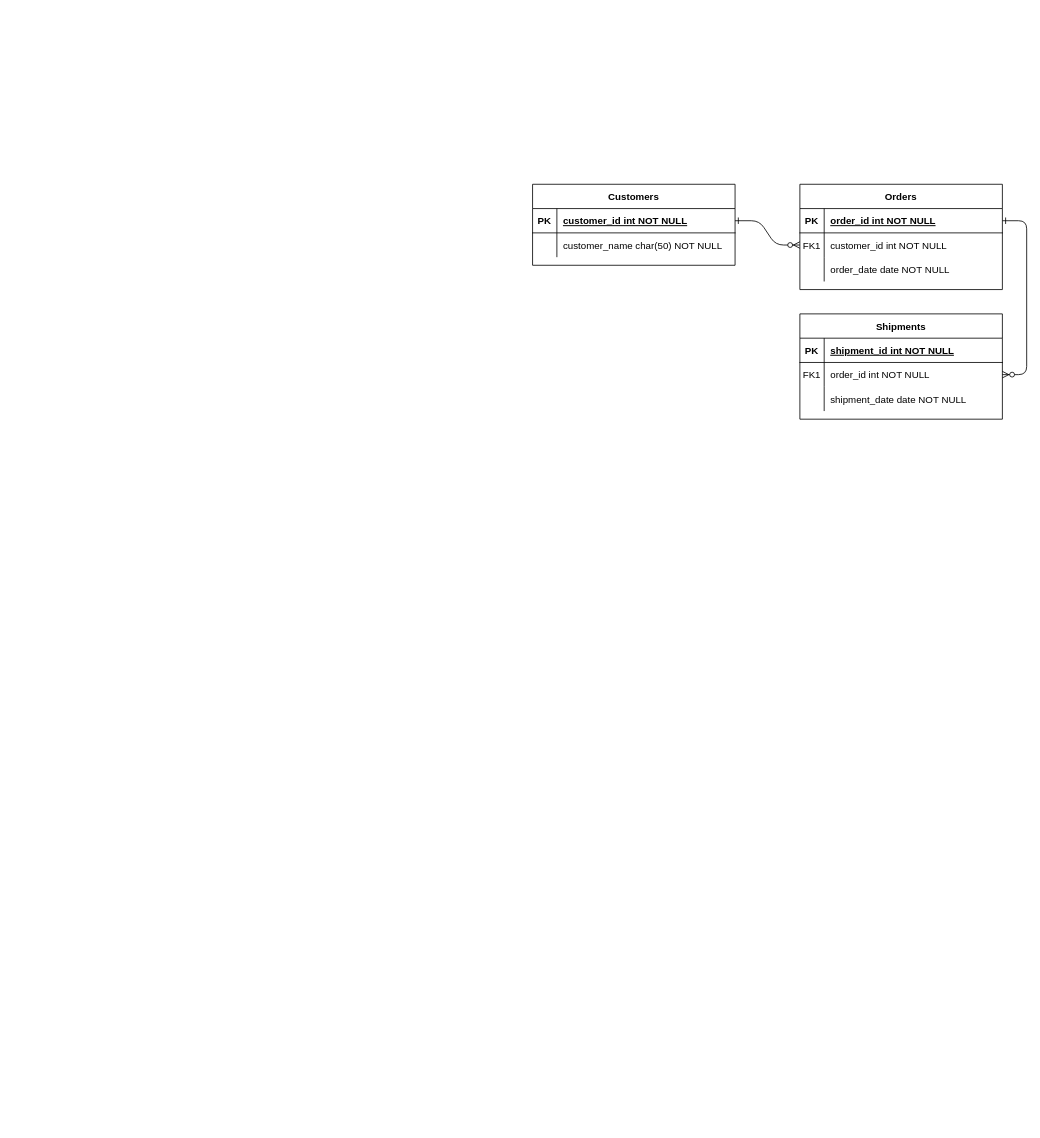
This is Diagrama sin título.drawio from garbrielpele/trabajosprog2, a draw.io file, before an edit. Source tidied: cells renumbered, new cells numbered last; positions are measured from the earlier drawing's top-left corner, leaving out a move shared by most shapes. Both pictures are drawn from the tidied source at 81%, with x=0, y=0 at pixel (532, 184).
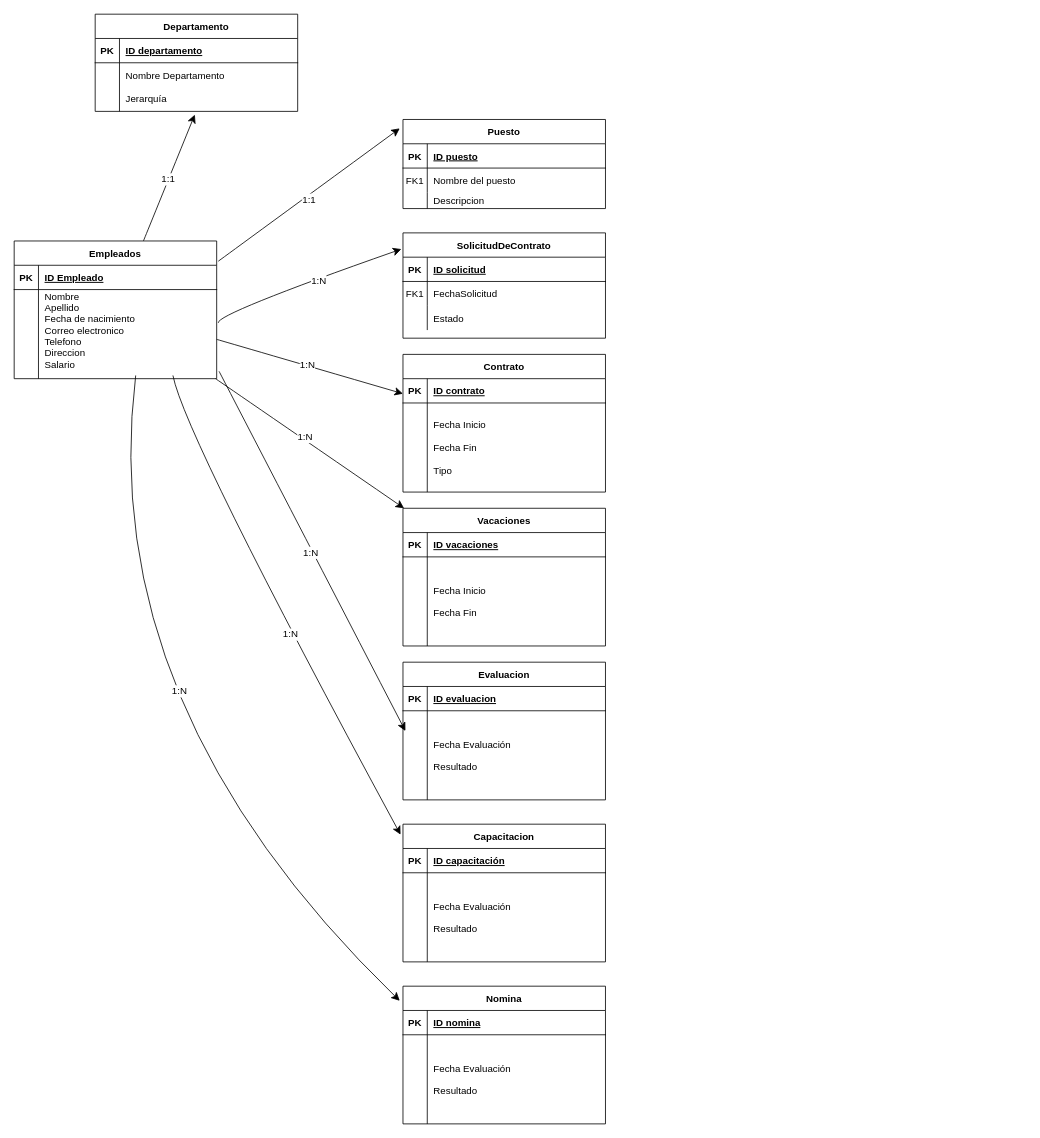
After the change.

The change refers to these unchanged cells:
```xml
<mxCell id="5" style="shape=partialRectangle;fillColor=none;points=[[0,0.5],[1,0.5]];portConstraint=eastwest;top=0;left=0;right=0;bottom=1;" parent="4" vertex="1">
  <mxGeometry y="30" width="250" height="30" as="geometry" />
</mxCell>
<mxCell id="8" style="shape=partialRectangle;fillColor=none;points=[[0,0.5],[1,0.5]];portConstraint=eastwest;top=0;left=0;right=0;bottom=0;" parent="4" vertex="1">
  <mxGeometry y="60" width="250" height="30" as="geometry" />
</mxCell>
<mxCell id="15" style="shape=partialRectangle;fillColor=none;top=0;left=0;right=0;bottom=1;" parent="14" vertex="1">
  <mxGeometry y="30" width="250" height="30" as="geometry" />
</mxCell>
<mxCell id="18" style="shape=partialRectangle;fillColor=none;points=[[0,0.5],[1,0.5]];portConstraint=eastwest;top=0;left=0;right=0;bottom=0;" parent="14" vertex="1">
  <mxGeometry y="60" width="250" height="30" as="geometry" />
</mxCell>
<mxCell id="21" style="shape=partialRectangle;fillColor=none;top=0;left=0;right=0;bottom=0;" parent="14" vertex="1">
  <mxGeometry y="90" width="250" height="30" as="geometry" />
</mxCell>
<mxCell id="25" style="shape=partialRectangle;fillColor=none;points=[[0,0.5],[1,0.5]];portConstraint=eastwest;top=0;left=0;right=0;bottom=1;" parent="24" vertex="1">
  <mxGeometry y="30" width="250" height="30" as="geometry" />
</mxCell>
```

What changed in the source:
```diff
@@
-    <mxCell id="2" style="edgeStyle=entityRelationEdgeStyle;endArrow=ERzeroToMany;startArrow=ERone;endFill=1;startFill=0;" parent="1" edge="1" source="25" target="8">
-      <mxGeometry relative="1" as="geometry" />
-    </mxCell>
-    <mxCell id="3" style="edgeStyle=entityRelationEdgeStyle;endArrow=ERzeroToMany;startArrow=ERone;endFill=1;startFill=0;" parent="1" edge="1" source="5" target="18">
-      <mxGeometry relative="1" as="geometry" />
-    </mxCell>
+    <mxCell id="31" style="edgeStyle=none;curved=1;rounded=0;jettySize=auto;html=1;fontSize=12;startSize=8;endSize=8;entryX=-0.016;entryY=0.1;entryDx=0;entryDy=0;entryPerimeter=0;exitX=1.008;exitY=0.147;exitDx=0;exitDy=0;exitPerimeter=0;" parent="1" edge="1" source="24" target="4">
+      <mxGeometry relative="1" as="geometry" />
+    </mxCell>
+    <mxCell id="32" value="1:1" style="edgeLabel;html=1;align=center;verticalAlign=middle;fontSize=12;" parent="31" vertex="1">
+      <mxGeometry x="-0.03" y="-4" relative="1" as="geometry" />
+    </mxCell>
-    <mxCell id="4" value="Orders" style="shape=table;startSize=30;childLayout=tableLayout;rowLines=0;fontStyle=1;align=center;" parent="1" vertex="1">
-      <mxGeometry x="330" width="250" height="130" as="geometry" />
+    <mxCell id="4" value="Puesto" style="shape=table;startSize=30;childLayout=tableLayout;rowLines=0;fontStyle=1;align=center;" parent="1" vertex="1">
+      <mxGeometry x="-160" y="-80" width="250" height="110" as="geometry" />
     </mxCell>
@@
-    <mxCell id="7" value="order_id int NOT NULL " style="shape=partialRectangle;overflow=hidden;fillColor=none;top=0;left=0;bottom=0;right=0;align=left;spacingLeft=6;fontStyle=5;" parent="5" vertex="1">
+    <mxCell id="7" value="ID puesto" style="shape=partialRectangle;overflow=hidden;fillColor=none;top=0;left=0;bottom=0;right=0;align=left;spacingLeft=6;fontStyle=5;" parent="5" vertex="1">
       <mxGeometry x="30" width="220" height="30" as="geometry" />
     </mxCell>
@@
-    <mxCell id="10" value="customer_id int NOT NULL" style="shape=partialRectangle;overflow=hidden;fillColor=none;top=0;left=0;bottom=0;right=0;align=left;spacingLeft=6;" parent="8" vertex="1">
+    <mxCell id="10" value="Nombre del puesto" style="shape=partialRectangle;overflow=hidden;fillColor=none;top=0;left=0;bottom=0;right=0;align=left;spacingLeft=6;" parent="8" vertex="1">
       <mxGeometry x="30" width="220" height="30" as="geometry" />
     </mxCell>
     <mxCell id="11" style="shape=partialRectangle;fillColor=none;top=0;left=0;right=0;bottom=0;" parent="4" vertex="1">
-      <mxGeometry y="90" width="250" height="30" as="geometry" />
+      <mxGeometry y="90" width="250" height="20" as="geometry" />
     </mxCell>
     <mxCell id="12" style="shape=partialRectangle;overflow=hidden;fillColor=none;top=0;left=0;bottom=0;right=0;" parent="11" vertex="1">
-      <mxGeometry width="30" height="30" as="geometry" />
+      <mxGeometry width="30" height="20" as="geometry" />
     </mxCell>
-    <mxCell id="13" value="order_date date NOT NULL" style="shape=partialRectangle;overflow=hidden;fillColor=none;top=0;left=0;bottom=0;right=0;align=left;spacingLeft=6;" parent="11" vertex="1">
-      <mxGeometry x="30" width="220" height="30" as="geometry" />
+    <mxCell id="13" value="Descripcion" style="shape=partialRectangle;overflow=hidden;fillColor=none;top=0;left=0;bottom=0;right=0;align=left;spacingLeft=6;" parent="11" vertex="1">
+      <mxGeometry x="30" width="220" height="20" as="geometry" />
     </mxCell>
+    <mxCell id="33" style="edgeStyle=none;curved=1;rounded=0;jettySize=auto;html=1;fontSize=12;startSize=8;endSize=8;exitX=1.008;exitY=0.373;exitDx=0;exitDy=0;exitPerimeter=0;entryX=-0.008;entryY=0.154;entryDx=0;entryDy=0;entryPerimeter=0;" parent="1" edge="1" source="28" target="14">
+      <mxGeometry relative="1" as="geometry">
+        <Array as="points">
+          <mxPoint x="-390" y="160" />
+        </Array>
+      </mxGeometry>
+    </mxCell>
+    <mxCell id="34" value="1:N" style="edgeLabel;html=1;align=center;verticalAlign=middle;fontSize=12;" parent="33" vertex="1">
+      <mxGeometry x="0.13" y="-2" relative="1" as="geometry" />
+    </mxCell>
-    <mxCell id="14" value="Shipments" style="shape=table;startSize=30;childLayout=tableLayout;rowLines=0;fontStyle=1;align=center;" parent="1" vertex="1">
-      <mxGeometry x="330" y="160" width="250" height="130" as="geometry" />
+    <mxCell id="14" value="SolicitudDeContrato" style="shape=table;startSize=30;childLayout=tableLayout;rowLines=0;fontStyle=1;align=center;" parent="1" vertex="1">
+      <mxGeometry x="-160" y="60" width="250" height="130" as="geometry" />
     </mxCell>
@@
-    <mxCell id="17" value="shipment_id int NOT NULL " style="shape=partialRectangle;overflow=hidden;fillColor=none;top=0;left=0;bottom=0;right=0;align=left;spacingLeft=6;fontStyle=5;" parent="15" vertex="1">
+    <mxCell id="17" value="ID solicitud" style="shape=partialRectangle;overflow=hidden;fillColor=none;top=0;left=0;bottom=0;right=0;align=left;spacingLeft=6;fontStyle=5;" parent="15" vertex="1">
       <mxGeometry x="30" width="220" height="30" as="geometry" />
     </mxCell>
@@
-    <mxCell id="20" value="order_id int NOT NULL" style="shape=partialRectangle;overflow=hidden;fillColor=none;top=0;left=0;bottom=0;right=0;align=left;spacingLeft=6;" parent="18" vertex="1">
+    <mxCell id="20" value="FechaSolicitud" style="shape=partialRectangle;overflow=hidden;fillColor=none;top=0;left=0;bottom=0;right=0;align=left;spacingLeft=6;" parent="18" vertex="1">
       <mxGeometry x="30" width="220" height="30" as="geometry" />
     </mxCell>
@@
-    <mxCell id="23" value="shipment_date date NOT NULL" style="shape=partialRectangle;overflow=hidden;fillColor=none;top=0;left=0;bottom=0;right=0;align=left;spacingLeft=6;" parent="21" vertex="1">
+    <mxCell id="23" value="Estado" style="shape=partialRectangle;overflow=hidden;fillColor=none;top=0;left=0;bottom=0;right=0;align=left;spacingLeft=6;" parent="21" vertex="1">
       <mxGeometry x="30" width="220" height="30" as="geometry" />
     </mxCell>
+    <mxCell id="35" style="edgeStyle=none;curved=1;rounded=0;jettySize=auto;html=1;fontSize=12;startSize=8;endSize=8;entryX=0.492;entryY=1.067;entryDx=0;entryDy=0;entryPerimeter=0;" parent="1" edge="1" source="24" target="47">
+      <mxGeometry relative="1" as="geometry" />
+    </mxCell>
+    <mxCell id="36" value="1:1" style="edgeLabel;html=1;align=center;verticalAlign=middle;fontSize=12;" parent="35" vertex="1">
+      <mxGeometry x="-0.03" y="1" relative="1" as="geometry" />
+    </mxCell>
+    <mxCell id="37" style="edgeStyle=none;curved=1;rounded=0;jettySize=auto;html=1;fontSize=12;startSize=8;endSize=8;" parent="1" edge="1" source="24" target="50">
+      <mxGeometry relative="1" as="geometry" />
+    </mxCell>
+    <mxCell id="38" value="1:N" style="edgeLabel;html=1;align=center;verticalAlign=middle;fontSize=12;" parent="37" vertex="1">
+      <mxGeometry x="-0.03" y="2" relative="1" as="geometry" />
+    </mxCell>
+    <mxCell id="39" style="edgeStyle=none;curved=1;rounded=0;jettySize=auto;html=1;fontSize=12;startSize=8;endSize=8;exitX=1.012;exitY=0.918;exitDx=0;exitDy=0;exitPerimeter=0;entryX=0.012;entryY=0.227;entryDx=0;entryDy=0;entryPerimeter=0;" parent="1" edge="1" source="28" target="63">
+      <mxGeometry relative="1" as="geometry" />
+    </mxCell>
+    <mxCell id="40" value="1:N" style="edgeLabel;html=1;align=center;verticalAlign=middle;fontSize=12;" parent="39" vertex="1">
+      <mxGeometry y="-4" relative="1" as="geometry">
+        <mxPoint x="1" as="offset" />
+      </mxGeometry>
+    </mxCell>
+    <mxCell id="41" style="edgeStyle=none;curved=1;rounded=0;jettySize=auto;html=1;fontSize=12;startSize=8;endSize=8;" parent="1" edge="1" source="24" target="82">
+      <mxGeometry relative="1" as="geometry" />
+    </mxCell>
+    <mxCell id="42" value="1:N" style="edgeLabel;html=1;align=center;verticalAlign=middle;fontSize=12;" parent="41" vertex="1">
+      <mxGeometry x="-0.08" y="3" relative="1" as="geometry">
+        <mxPoint x="1" as="offset" />
+      </mxGeometry>
+    </mxCell>
-    <mxCell id="24" value="Customers" style="shape=table;startSize=30;childLayout=tableLayout;rowLines=0;fontStyle=1;align=center;" parent="1" vertex="1">
-      <mxGeometry width="250" height="100" as="geometry" />
+    <mxCell id="24" value="Empleados" style="shape=table;startSize=30;childLayout=tableLayout;rowLines=0;fontStyle=1;align=center;" parent="1" vertex="1">
+      <mxGeometry x="-640" y="70" width="250" height="170" as="geometry" />
     </mxCell>
@@
-    <mxCell id="27" value="customer_id int NOT NULL " style="shape=partialRectangle;overflow=hidden;fillColor=none;top=0;left=0;bottom=0;right=0;align=left;spacingLeft=6;fontStyle=5;" parent="25" vertex="1">
+    <mxCell id="27" value="ID Empleado" style="shape=partialRectangle;overflow=hidden;fillColor=none;top=0;left=0;bottom=0;right=0;align=left;spacingLeft=6;fontStyle=5;" parent="25" vertex="1">
       <mxGeometry x="30" width="220" height="30" as="geometry" />
     </mxCell>
     <mxCell id="28" style="shape=partialRectangle;fillColor=none;points=[[0,0.5],[1,0.5]];portConstraint=eastwest;top=0;left=0;right=0;bottom=0;" parent="24" vertex="1">
-      <mxGeometry y="60" width="250" height="30" as="geometry" />
+      <mxGeometry y="60" width="250" height="110" as="geometry" />
     </mxCell>
     <mxCell id="29" style="shape=partialRectangle;overflow=hidden;fillColor=none;top=0;left=0;bottom=0;right=0;" parent="28" vertex="1">
-      <mxGeometry width="30" height="30" as="geometry" />
+      <mxGeometry width="30" height="110" as="geometry" />
     </mxCell>
-    <mxCell id="30" value="customer_name char(50) NOT NULL" style="shape=partialRectangle;overflow=hidden;fillColor=none;top=0;left=0;bottom=0;right=0;align=left;spacingLeft=6;" parent="28" vertex="1">
-      <mxGeometry x="30" width="220" height="30" as="geometry" />
+    <mxCell id="30" value="Nombre&#10;Apellido&#10;Fecha de nacimiento&#10;Correo electronico&#10;Telefono&#10;Direccion&#10;Salario&#10;" style="shape=partialRectangle;overflow=hidden;fillColor=none;top=0;left=0;bottom=0;right=0;align=left;spacingLeft=6;" parent="28" vertex="1">
+      <mxGeometry x="30" width="220" height="110" as="geometry" />
     </mxCell>
+    <mxCell id="43" value="Departamento" style="shape=table;startSize=30;childLayout=tableLayout;rowLines=0;fontStyle=1;align=center;" parent="1" vertex="1">
+      <mxGeometry x="-540" y="-210" width="250" height="120" as="geometry" />
+    </mxCell>
+    <mxCell id="44" style="shape=partialRectangle;fillColor=none;top=0;left=0;right=0;bottom=1;" parent="43" vertex="1">
+      <mxGeometry y="30" width="250" height="30" as="geometry" />
+    </mxCell>
+    <mxCell id="45" value="PK" style="shape=partialRectangle;overflow=hidden;fillColor=none;top=0;left=0;bottom=0;right=0;fontStyle=1;" parent="44" vertex="1">
+      <mxGeometry width="30" height="30" as="geometry" />
+    </mxCell>
+    <mxCell id="46" value="ID departamento" style="shape=partialRectangle;overflow=hidden;fillColor=none;top=0;left=0;bottom=0;right=0;align=left;spacingLeft=6;fontStyle=5;" parent="44" vertex="1">
+      <mxGeometry x="30" width="220" height="30" as="geometry" />
+    </mxCell>
+    <mxCell id="47" style="shape=partialRectangle;fillColor=none;points=[[0,0.5],[1,0.5]];portConstraint=eastwest;top=0;left=0;right=0;bottom=0;" parent="43" vertex="1">
+      <mxGeometry y="60" width="250" height="60" as="geometry" />
+    </mxCell>
+    <mxCell id="48" style="shape=partialRectangle;overflow=hidden;fillColor=none;top=0;left=0;bottom=0;right=0;" parent="47" vertex="1">
+      <mxGeometry width="30" height="60" as="geometry" />
+    </mxCell>
+    <mxCell id="49" value="Nombre Departamento&#10;&#10;Jerarquía" style="shape=partialRectangle;overflow=hidden;fillColor=none;top=0;left=0;bottom=0;right=0;align=left;spacingLeft=6;" parent="47" vertex="1">
+      <mxGeometry x="30" width="220" height="60" as="geometry" />
+    </mxCell>
+    <mxCell id="50" value="Contrato" style="shape=table;startSize=30;childLayout=tableLayout;rowLines=0;fontStyle=1;align=center;" parent="1" vertex="1">
+      <mxGeometry x="-160" y="210" width="250" height="170" as="geometry" />
+    </mxCell>
+    <mxCell id="51" style="shape=partialRectangle;fillColor=none;top=0;left=0;right=0;bottom=1;" parent="50" vertex="1">
+      <mxGeometry y="30" width="250" height="30" as="geometry" />
+    </mxCell>
+    <mxCell id="52" value="PK" style="shape=partialRectangle;overflow=hidden;fillColor=none;top=0;left=0;bottom=0;right=0;fontStyle=1;" parent="51" vertex="1">
+      <mxGeometry width="30" height="30" as="geometry" />
+    </mxCell>
+    <mxCell id="53" value="ID contrato" style="shape=partialRectangle;overflow=hidden;fillColor=none;top=0;left=0;bottom=0;right=0;align=left;spacingLeft=6;fontStyle=5;" parent="51" vertex="1">
+      <mxGeometry x="30" width="220" height="30" as="geometry" />
+    </mxCell>
+    <mxCell id="54" style="shape=partialRectangle;fillColor=none;top=0;left=0;right=0;bottom=0;" parent="50" vertex="1">
+      <mxGeometry y="60" width="250" height="110" as="geometry" />
+    </mxCell>
+    <mxCell id="55" style="shape=partialRectangle;overflow=hidden;fillColor=none;top=0;left=0;bottom=0;right=0;" parent="54" vertex="1">
+      <mxGeometry width="30" height="110" as="geometry" />
+    </mxCell>
+    <mxCell id="56" value="Fecha Inicio&#10;&#10;Fecha Fin&#10;&#10;Tipo" style="shape=partialRectangle;overflow=hidden;fillColor=none;top=0;left=0;bottom=0;right=0;align=left;spacingLeft=6;" parent="54" vertex="1">
+      <mxGeometry x="30" width="220" height="110" as="geometry" />
+    </mxCell>
+    <mxCell id="57" style="edgeStyle=none;curved=1;rounded=0;jettySize=auto;html=1;fontSize=12;startSize=8;endSize=8;exitX=0.784;exitY=0.964;exitDx=0;exitDy=0;exitPerimeter=0;entryX=-0.012;entryY=0.076;entryDx=0;entryDy=0;entryPerimeter=0;" parent="1" edge="1" source="28" target="68">
+      <mxGeometry relative="1" as="geometry">
+        <Array as="points">
+          <mxPoint x="-430" y="310" />
+        </Array>
+      </mxGeometry>
+    </mxCell>
+    <mxCell id="58" value="1:N" style="edgeLabel;html=1;align=center;verticalAlign=middle;fontSize=12;" parent="57" vertex="1">
+      <mxGeometry x="0.11" y="-2" relative="1" as="geometry" />
+    </mxCell>
+    <mxCell id="59" value="Evaluacion" style="shape=table;startSize=30;childLayout=tableLayout;rowLines=0;fontStyle=1;align=center;" parent="1" vertex="1">
+      <mxGeometry x="-160" y="590" width="250" height="170" as="geometry" />
+    </mxCell>
+    <mxCell id="60" style="shape=partialRectangle;fillColor=none;top=0;left=0;right=0;bottom=1;" parent="59" vertex="1">
+      <mxGeometry y="30" width="250" height="30" as="geometry" />
+    </mxCell>
+    <mxCell id="61" value="PK" style="shape=partialRectangle;overflow=hidden;fillColor=none;top=0;left=0;bottom=0;right=0;fontStyle=1;" parent="60" vertex="1">
+      <mxGeometry width="30" height="30" as="geometry" />
+    </mxCell>
+    <mxCell id="62" value="ID evaluacion" style="shape=partialRectangle;overflow=hidden;fillColor=none;top=0;left=0;bottom=0;right=0;align=left;spacingLeft=6;fontStyle=5;" parent="60" vertex="1">
+      <mxGeometry x="30" width="220" height="30" as="geometry" />
+    </mxCell>
+    <mxCell id="63" style="shape=partialRectangle;fillColor=none;points=[[0,0.5],[1,0.5]];portConstraint=eastwest;top=0;left=0;right=0;bottom=0;" parent="59" vertex="1">
+      <mxGeometry y="60" width="250" height="110" as="geometry" />
+    </mxCell>
+    <mxCell id="64" style="shape=partialRectangle;overflow=hidden;fillColor=none;top=0;left=0;bottom=0;right=0;" parent="63" vertex="1">
+      <mxGeometry width="30" height="110" as="geometry" />
+    </mxCell>
+    <mxCell id="65" value="Fecha Evaluación&#10;&#10;Resultado" style="shape=partialRectangle;overflow=hidden;fillColor=none;top=0;left=0;bottom=0;right=0;align=left;spacingLeft=6;" parent="63" vertex="1">
+      <mxGeometry x="30" width="220" height="110" as="geometry" />
+    </mxCell>
+    <mxCell id="66" style="edgeStyle=none;curved=1;rounded=0;jettySize=auto;html=1;fontSize=12;startSize=8;endSize=8;exitX=0.6;exitY=0.964;exitDx=0;exitDy=0;exitPerimeter=0;entryX=-0.016;entryY=0.106;entryDx=0;entryDy=0;entryPerimeter=0;" parent="1" edge="1" source="28" target="75">
+      <mxGeometry relative="1" as="geometry">
+        <Array as="points">
+          <mxPoint x="-540" y="643.9" />
+        </Array>
+      </mxGeometry>
+    </mxCell>
+    <mxCell id="67" value="1:N" style="edgeLabel;html=1;align=center;verticalAlign=middle;fontSize=12;" parent="66" vertex="1">
+      <mxGeometry x="0.01" y="85" relative="1" as="geometry" />
+    </mxCell>
+    <mxCell id="68" value="Capacitacion" style="shape=table;startSize=30;childLayout=tableLayout;rowLines=0;fontStyle=1;align=center;" parent="1" vertex="1">
+      <mxGeometry x="-160" y="790" width="250" height="170" as="geometry" />
+    </mxCell>
+    <mxCell id="69" style="shape=partialRectangle;fillColor=none;top=0;left=0;right=0;bottom=1;" parent="68" vertex="1">
+      <mxGeometry y="30" width="250" height="30" as="geometry" />
+    </mxCell>
+    <mxCell id="70" value="PK" style="shape=partialRectangle;overflow=hidden;fillColor=none;top=0;left=0;bottom=0;right=0;fontStyle=1;" parent="69" vertex="1">
+      <mxGeometry width="30" height="30" as="geometry" />
+    </mxCell>
+    <mxCell id="71" value="ID capacitación" style="shape=partialRectangle;overflow=hidden;fillColor=none;top=0;left=0;bottom=0;right=0;align=left;spacingLeft=6;fontStyle=5;" parent="69" vertex="1">
+      <mxGeometry x="30" width="220" height="30" as="geometry" />
+    </mxCell>
+    <mxCell id="72" style="shape=partialRectangle;fillColor=none;top=0;left=0;right=0;bottom=0;" parent="68" vertex="1">
+      <mxGeometry y="60" width="250" height="110" as="geometry" />
+    </mxCell>
+    <mxCell id="73" style="shape=partialRectangle;overflow=hidden;fillColor=none;top=0;left=0;bottom=0;right=0;" parent="72" vertex="1">
+      <mxGeometry width="30" height="110" as="geometry" />
+    </mxCell>
+    <mxCell id="74" value="Fecha Evaluación&#10;&#10;Resultado" style="shape=partialRectangle;overflow=hidden;fillColor=none;top=0;left=0;bottom=0;right=0;align=left;spacingLeft=6;" parent="72" vertex="1">
+      <mxGeometry x="30" width="220" height="110" as="geometry" />
+    </mxCell>
+    <mxCell id="75" value="Nomina" style="shape=table;startSize=30;childLayout=tableLayout;rowLines=0;fontStyle=1;align=center;" parent="1" vertex="1">
+      <mxGeometry x="-160" y="990" width="250" height="170" as="geometry" />
+    </mxCell>
+    <mxCell id="76" style="shape=partialRectangle;fillColor=none;top=0;left=0;right=0;bottom=1;" parent="75" vertex="1">
+      <mxGeometry y="30" width="250" height="30" as="geometry" />
+    </mxCell>
+    <mxCell id="77" value="PK" style="shape=partialRectangle;overflow=hidden;fillColor=none;top=0;left=0;bottom=0;right=0;fontStyle=1;" parent="76" vertex="1">
+      <mxGeometry width="30" height="30" as="geometry" />
+    </mxCell>
+    <mxCell id="78" value="ID nomina" style="shape=partialRectangle;overflow=hidden;fillColor=none;top=0;left=0;bottom=0;right=0;align=left;spacingLeft=6;fontStyle=5;" parent="76" vertex="1">
+      <mxGeometry x="30" width="220" height="30" as="geometry" />
+    </mxCell>
+    <mxCell id="79" style="shape=partialRectangle;fillColor=none;top=0;left=0;right=0;bottom=0;" parent="75" vertex="1">
+      <mxGeometry y="60" width="250" height="110" as="geometry" />
+    </mxCell>
+    <mxCell id="80" style="shape=partialRectangle;overflow=hidden;fillColor=none;top=0;left=0;bottom=0;right=0;" parent="79" vertex="1">
+      <mxGeometry width="30" height="110" as="geometry" />
+    </mxCell>
+    <mxCell id="81" value="Fecha Evaluación&#10;&#10;Resultado" style="shape=partialRectangle;overflow=hidden;fillColor=none;top=0;left=0;bottom=0;right=0;align=left;spacingLeft=6;" parent="79" vertex="1">
+      <mxGeometry x="30" width="220" height="110" as="geometry" />
+    </mxCell>
+    <mxCell id="82" value="Vacaciones" style="shape=table;startSize=30;childLayout=tableLayout;rowLines=0;fontStyle=1;align=center;" parent="1" vertex="1">
+      <mxGeometry x="-160" y="400" width="250" height="170" as="geometry" />
+    </mxCell>
+    <mxCell id="83" style="shape=partialRectangle;fillColor=none;top=0;left=0;right=0;bottom=1;" parent="82" vertex="1">
+      <mxGeometry y="30" width="250" height="30" as="geometry" />
+    </mxCell>
+    <mxCell id="84" value="PK" style="shape=partialRectangle;overflow=hidden;fillColor=none;top=0;left=0;bottom=0;right=0;fontStyle=1;" parent="83" vertex="1">
+      <mxGeometry width="30" height="30" as="geometry" />
+    </mxCell>
+    <mxCell id="85" value="ID vacaciones" style="shape=partialRectangle;overflow=hidden;fillColor=none;top=0;left=0;bottom=0;right=0;align=left;spacingLeft=6;fontStyle=5;" parent="83" vertex="1">
+      <mxGeometry x="30" width="220" height="30" as="geometry" />
+    </mxCell>
+    <mxCell id="86" style="shape=partialRectangle;fillColor=none;top=0;left=0;right=0;bottom=0;" parent="82" vertex="1">
+      <mxGeometry y="60" width="250" height="110" as="geometry" />
+    </mxCell>
+    <mxCell id="87" style="shape=partialRectangle;overflow=hidden;fillColor=none;top=0;left=0;bottom=0;right=0;" parent="86" vertex="1">
+      <mxGeometry width="30" height="110" as="geometry" />
+    </mxCell>
+    <mxCell id="88" value="Fecha Inicio&#10;&#10;Fecha Fin" style="shape=partialRectangle;overflow=hidden;fillColor=none;top=0;left=0;bottom=0;right=0;align=left;spacingLeft=6;" parent="86" vertex="1">
+      <mxGeometry x="30" width="220" height="110" as="geometry" />
+    </mxCell>
```
